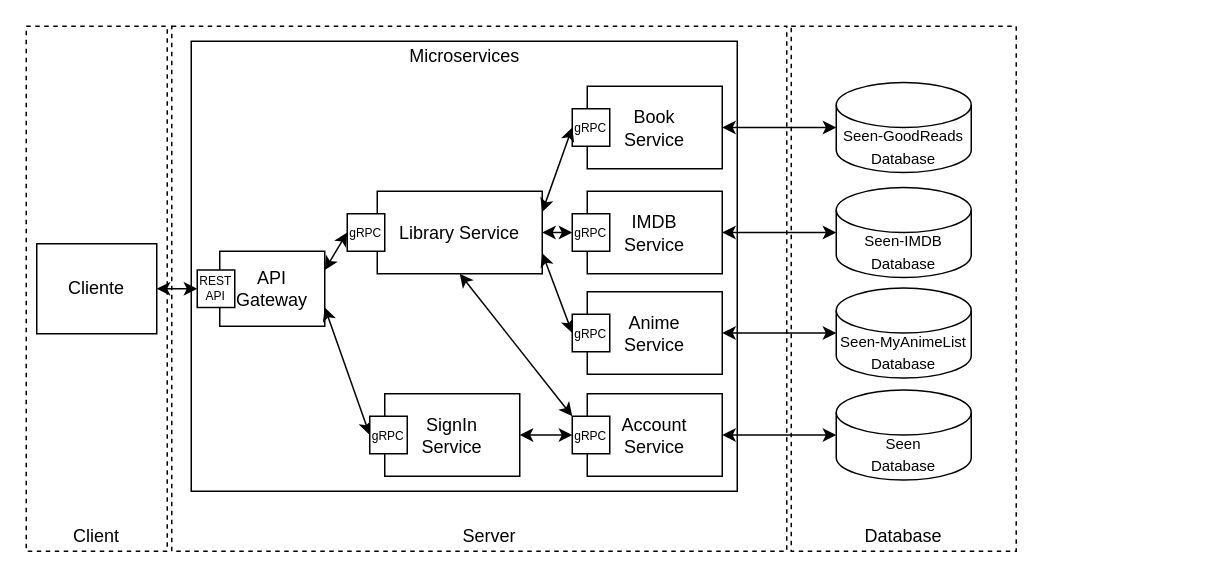
JotaFilip/cn-g keeps this draw.io diagram as app/api/report/CloudNativeAppArchitecture.drawio. Above is the earlier version. Source tidied: cells renumbered, new cells numbered last; positions are measured from the earlier drawing's top-left corner, leaving out a move shared by most shapes. Both pictures are drawn from the tidied source at 150%, with x=0, y=0 at pixel (26, 26).
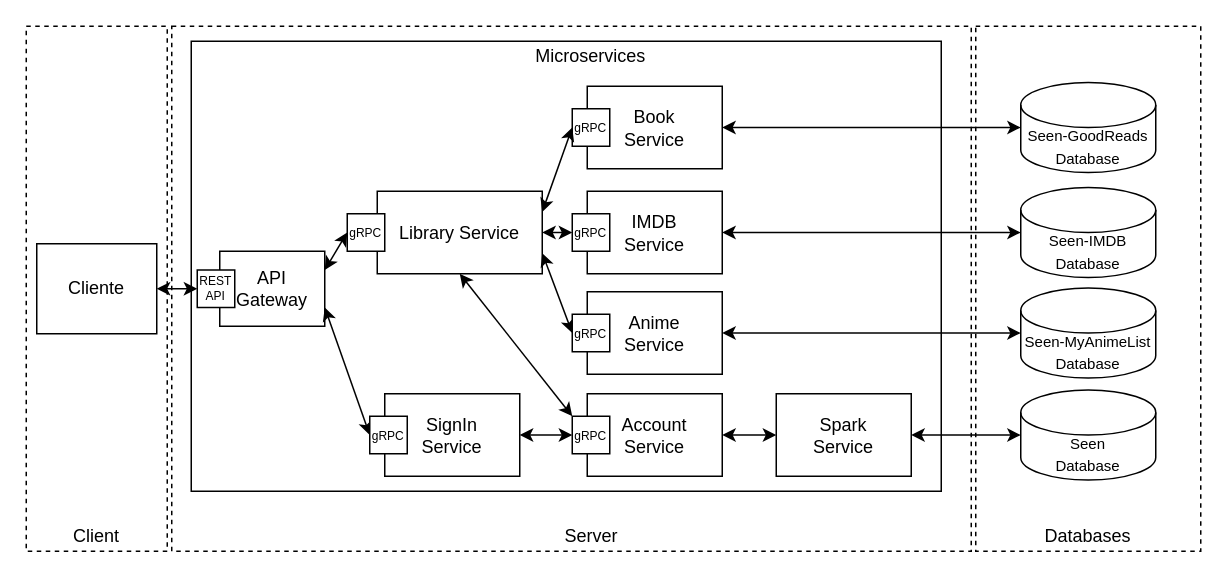
After the change.

Commit message:
added Spark to Architectural Design

Unchanged cells that the change refers to:
```xml
<mxCell id="13" value="Account &lt;br&gt;Service" style="rounded=0;whiteSpace=wrap;html=1;fillColor=none;" parent="1" vertex="1">
  <mxGeometry x="374" y="245" width="90" height="55" as="geometry" />
</mxCell>
```

Change to the diagram source:
```diff
@@
     <mxCell id="2" style="rounded=0;whiteSpace=wrap;html=1;dashed=1;fillColor=none;" parent="1" vertex="1">
-      <mxGeometry x="97" width="410" height="350" as="geometry" />
+      <mxGeometry x="97" width="533" height="350" as="geometry" />
     </mxCell>
     <mxCell id="3" style="rounded=0;whiteSpace=wrap;html=1;fillColor=none;" parent="1" vertex="1">
-      <mxGeometry x="110" y="10" width="364" height="300" as="geometry" />
+      <mxGeometry x="110" y="10" width="500" height="300" as="geometry" />
     </mxCell>
@@
     <mxCell id="5" style="rounded=0;whiteSpace=wrap;html=1;dashed=1;fillColor=none;" parent="1" vertex="1">
-      <mxGeometry x="510" width="150" height="350" as="geometry" />
+      <mxGeometry x="633" width="150" height="350" as="geometry" />
     </mxCell>
@@
     <mxCell id="8" value="&lt;div&gt;&lt;span style=&quot;font-size: 10px&quot;&gt;Seen-MyAnimeList Database&lt;/span&gt;&lt;/div&gt;" style="shape=cylinder3;whiteSpace=wrap;html=1;boundedLbl=1;backgroundOutline=1;size=15;align=center;" parent="1" vertex="1">
-      <mxGeometry x="540" y="174.5" width="90" height="60" as="geometry" />
+      <mxGeometry x="663" y="174.5" width="90" height="60" as="geometry" />
     </mxCell>
-    <mxCell id="9" value="Database" style="text;html=1;strokeColor=none;fillColor=none;align=center;verticalAlign=middle;whiteSpace=wrap;rounded=0;dashed=1;" parent="1" vertex="1">
-      <mxGeometry x="565" y="330" width="40" height="20" as="geometry" />
+    <mxCell id="9" value="Databases" style="text;html=1;strokeColor=none;fillColor=none;align=center;verticalAlign=middle;whiteSpace=wrap;rounded=0;dashed=1;" parent="1" vertex="1">
+      <mxGeometry x="688" y="330" width="40" height="20" as="geometry" />
     </mxCell>
     <mxCell id="10" value="&lt;font style=&quot;font-size: 10px&quot;&gt;Seen&lt;br&gt;Database&lt;/font&gt;" style="shape=cylinder3;whiteSpace=wrap;html=1;boundedLbl=1;backgroundOutline=1;size=15;" parent="1" vertex="1">
-      <mxGeometry x="540" y="242.5" width="90" height="60" as="geometry" />
+      <mxGeometry x="663" y="242.5" width="90" height="60" as="geometry" />
     </mxCell>
     <mxCell id="11" value="Microservices" style="text;html=1;strokeColor=none;fillColor=none;align=center;verticalAlign=middle;whiteSpace=wrap;rounded=0;" parent="1" vertex="1">
-      <mxGeometry x="244.5" y="10" width="95" height="20" as="geometry" />
+      <mxGeometry x="329" y="10" width="95" height="20" as="geometry" />
     </mxCell>
@@
+    <mxCell id="41" style="edgeStyle=orthogonalEdgeStyle;rounded=0;jettySize=auto;html=1;exitX=1;exitY=0.5;exitDx=0;exitDy=0;entryX=0;entryY=0.5;entryDx=0;entryDy=0;startArrow=classic;startFill=1;" parent="1" edge="1" source="13" target="42">
+      <mxGeometry relative="1" as="geometry" />
+    </mxCell>
@@
-    <mxCell id="15" style="endArrow=classic;startArrow=classic;html=1;exitX=1;exitY=0.5;exitDx=0;exitDy=0;entryX=0;entryY=0.5;entryDx=0;entryDy=0;entryPerimeter=0;" parent="1" edge="1" source="13" target="10">
+    <mxCell id="15" style="endArrow=classic;startArrow=classic;html=1;exitX=1;exitY=0.5;exitDx=0;exitDy=0;entryX=0;entryY=0.5;entryDx=0;entryDy=0;entryPerimeter=0;" parent="1" edge="1" source="42" target="10">
       <mxGeometry relative="1" as="geometry" />
     </mxCell>
@@
     <mxCell id="20" value="Server" style="text;html=1;strokeColor=none;fillColor=none;align=center;verticalAlign=middle;whiteSpace=wrap;rounded=0;" parent="1" vertex="1">
-      <mxGeometry x="289" y="330" width="40" height="20" as="geometry" />
+      <mxGeometry x="356.5" y="330" width="40" height="20" as="geometry" />
     </mxCell>
@@
     <mxCell id="26" value="&lt;font style=&quot;font-size: 10px&quot;&gt;Seen-IMDB Database&lt;/font&gt;" style="shape=cylinder3;whiteSpace=wrap;html=1;boundedLbl=1;backgroundOutline=1;size=15;" parent="1" vertex="1">
-      <mxGeometry x="540" y="107.5" width="90" height="60" as="geometry" />
+      <mxGeometry x="663" y="107.5" width="90" height="60" as="geometry" />
     </mxCell>
     <mxCell id="27" value="&lt;font style=&quot;font-size: 10px&quot;&gt;Seen-GoodReads Database&lt;/font&gt;" style="shape=cylinder3;whiteSpace=wrap;html=1;boundedLbl=1;backgroundOutline=1;size=15;" parent="1" vertex="1">
-      <mxGeometry x="540" y="37.5" width="90" height="60" as="geometry" />
+      <mxGeometry x="663" y="37.5" width="90" height="60" as="geometry" />
     </mxCell>
@@
+    <mxCell id="42" value="Spark&lt;br&gt;Service" style="rounded=0;whiteSpace=wrap;html=1;fillColor=none;" parent="1" vertex="1">
+      <mxGeometry x="500" y="245" width="90" height="55" as="geometry" />
+    </mxCell>
```
